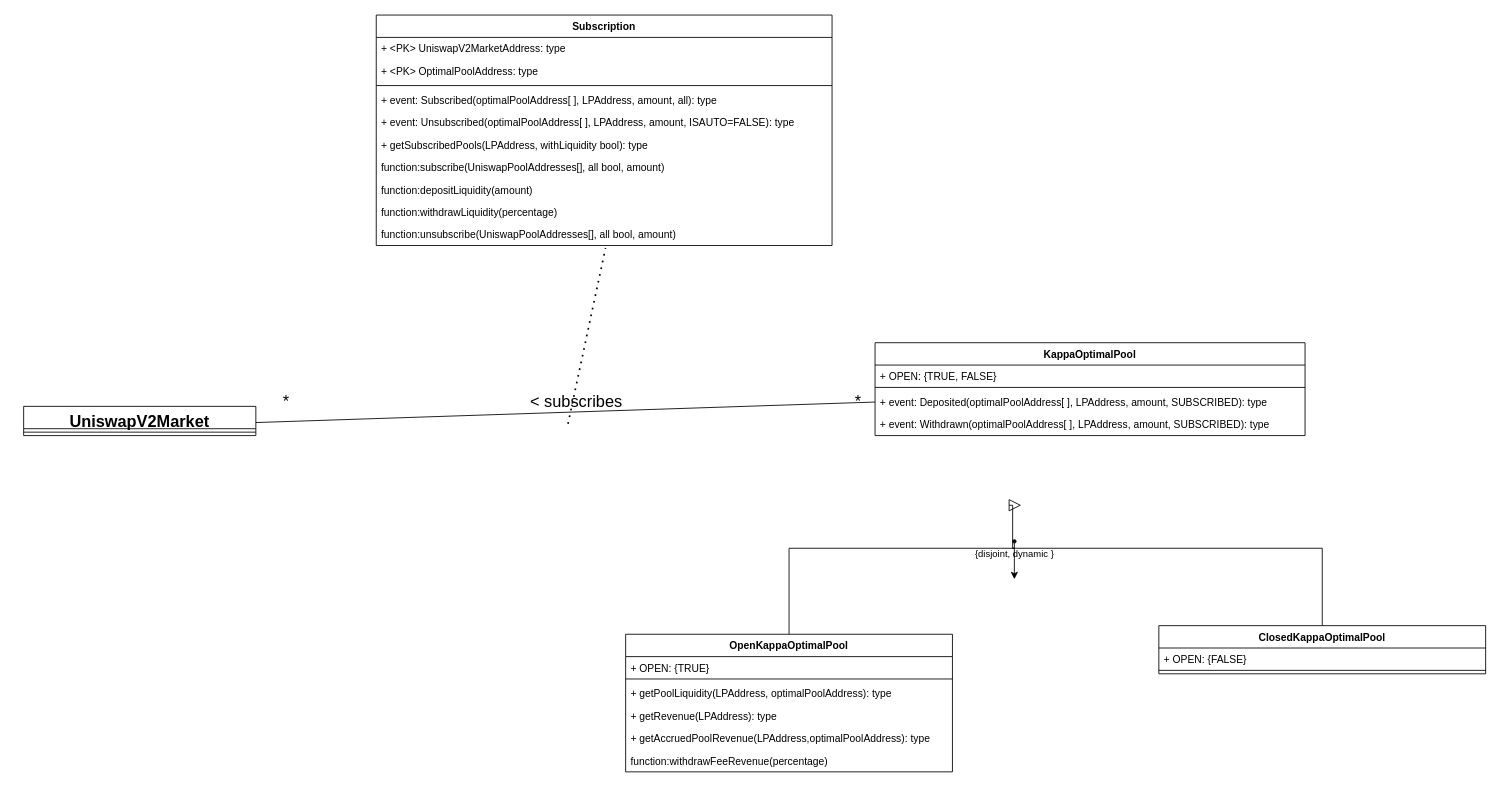
This is docs/functionalSemantics/diagrams/entityRelationshipDiagrams/liquidityManagement.drawio from JMSBPP/Kappa-AMM-Adaptive-CFMM-with-Oracle-Based-Curvature-Adjustment, a draw.io file, before an edit. Source tidied: cells renumbered, new cells numbered last; positions are measured from the earlier drawing's top-left corner, leaving out a move shared by most shapes. Both pictures are drawn from the tidied source at 86%, with x=0, y=0 at pixel (23, 15).
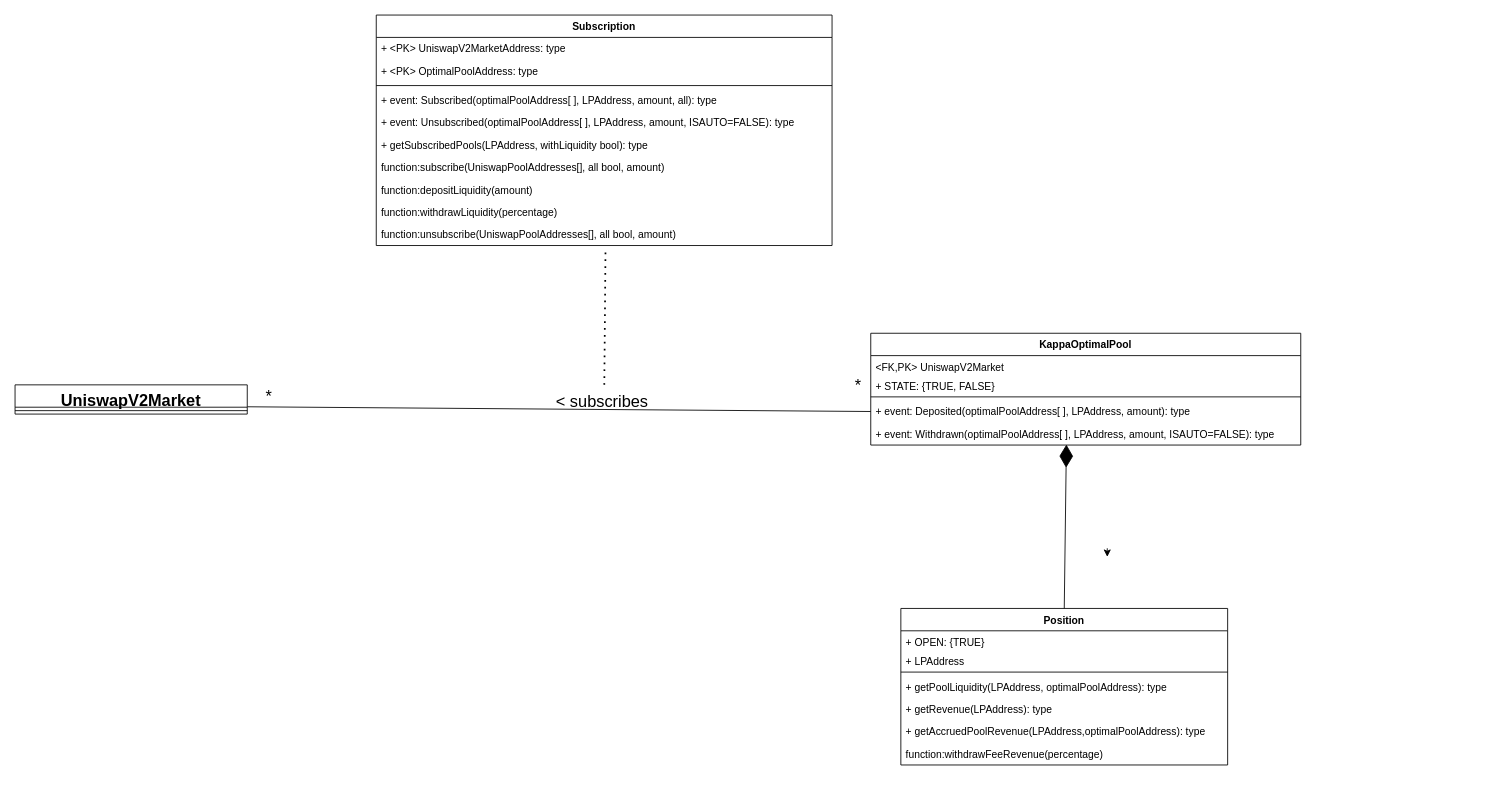
The same diagram, later.

Unchanged cells that the change refers to:
```xml
<mxCell id="17" value="function:unsubscribe(UniswapPoolAddresses[], all bool, amount)" style="text;strokeColor=none;fillColor=none;align=left;verticalAlign=top;spacingLeft=4;spacingRight=4;overflow=hidden;points=[[0,0.5],[1,0.5]];portConstraint=eastwest;" parent="7" vertex="1">
  <mxGeometry y="242" width="530" height="26" as="geometry" />
</mxCell>
```

Diff of the diagram source:
```diff
@@
     <mxCell id="2" value="KappaOptimalPool" style="swimlane;fontStyle=1;align=center;verticalAlign=top;horizontal=1;startSize=26;" parent="1" vertex="1">
-      <mxGeometry x="990" y="381" width="500" height="108" as="geometry" />
+      <mxGeometry x="985" y="370" width="500" height="130" as="geometry" />
     </mxCell>
-    <mxCell id="3" value="+ OPEN: {TRUE, FALSE}" style="text;strokeColor=none;fillColor=none;align=left;verticalAlign=top;spacingLeft=4;spacingRight=4;overflow=hidden;" parent="2" vertex="1">
+    <mxCell id="3" value="&lt;FK,PK&gt; UniswapV2Market" style="text;strokeColor=none;fillColor=none;align=left;verticalAlign=top;spacingLeft=4;spacingRight=4;overflow=hidden;" parent="2" vertex="1">
       <mxGeometry y="26" width="500" height="22" as="geometry" />
     </mxCell>
+    <mxCell id="40" value="+ STATE: {TRUE, FALSE}" style="text;strokeColor=none;fillColor=none;align=left;verticalAlign=top;spacingLeft=4;spacingRight=4;overflow=hidden;" parent="2" vertex="1">
+      <mxGeometry y="48" width="500" height="22" as="geometry" />
+    </mxCell>
     <mxCell id="4" style="line;strokeWidth=1;fillColor=none;align=left;verticalAlign=middle;spacingTop=-1;spacingLeft=3;spacingRight=3;labelPosition=right;strokeColor=inherit;" parent="2" vertex="1">
-      <mxGeometry y="48" width="500" height="8" as="geometry" />
+      <mxGeometry y="70" width="500" height="8" as="geometry" />
     </mxCell>
-    <mxCell id="5" value="+ event: Deposited(optimalPoolAddress[ ], LPAddress, amount, SUBSCRIBED): type" style="text;strokeColor=none;fillColor=none;align=left;verticalAlign=top;spacingLeft=4;spacingRight=4;overflow=hidden;points=[[0,0.5],[1,0.5]];portConstraint=eastwest;" parent="2" vertex="1">
-      <mxGeometry y="56" width="500" height="26" as="geometry" />
+    <mxCell id="5" value="+ event: Deposited(optimalPoolAddress[ ], LPAddress, amount): type" style="text;strokeColor=none;fillColor=none;align=left;verticalAlign=top;spacingLeft=4;spacingRight=4;overflow=hidden;points=[[0,0.5],[1,0.5]];portConstraint=eastwest;" parent="2" vertex="1">
+      <mxGeometry y="78" width="500" height="26" as="geometry" />
     </mxCell>
-    <mxCell id="6" value="+ event: Withdrawn(optimalPoolAddress[ ], LPAddress, amount, SUBSCRIBED): type" style="text;strokeColor=none;fillColor=none;align=left;verticalAlign=top;spacingLeft=4;spacingRight=4;overflow=hidden;points=[[0,0.5],[1,0.5]];portConstraint=eastwest;" parent="2" vertex="1">
-      <mxGeometry y="82" width="500" height="26" as="geometry" />
+    <mxCell id="6" value="+ event: Withdrawn(optimalPoolAddress[ ], LPAddress, amount, ISAUTO=FALSE): type" style="text;strokeColor=none;fillColor=none;align=left;verticalAlign=top;spacingLeft=4;spacingRight=4;overflow=hidden;points=[[0,0.5],[1,0.5]];portConstraint=eastwest;" parent="2" vertex="1">
+      <mxGeometry y="104" width="500" height="26" as="geometry" />
     </mxCell>
@@
-    <mxCell id="18" style="edgeStyle=none;html=1;fontSize=19;" parent="1" edge="1" source="19">
+    <mxCell id="18" style="edgeStyle=none;html=1;fontSize=19;" parent="1" edge="1">
       <mxGeometry relative="1" as="geometry">
-        <mxPoint x="1152" y="656" as="targetPoint" />
+        <mxPoint x="1260" y="620" as="sourcePoint" />
+        <mxPoint x="1260" y="630" as="targetPoint" />
       </mxGeometry>
     </mxCell>
-    <mxCell id="19" value="{disjoint, dynamic }" style="ellipse;html=1;fillColor=strokeColor;labelPosition=center;align=center;fontFamily=Helvetica;fontSize=11;fontColor=default;verticalAlign=top;verticalLabelPosition=bottom;" parent="1" vertex="1">
-      <mxGeometry x="1150" y="610" width="4" height="4" as="geometry" />
-    </mxCell>
-    <mxCell id="20" style="edgeStyle=elbowEdgeStyle;html=1;endSize=12;endArrow=block;endFill=0;elbow=horizontal;rounded=0;labelBackgroundColor=default;fontFamily=Helvetica;fontSize=11;fontColor=default;shape=connector;" parent="1" edge="1">
-      <mxGeometry x="1" relative="1" as="geometry">
-        <mxPoint x="1152" y="620" as="sourcePoint" />
-        <mxPoint x="1160" y="570" as="targetPoint" />
-        <Array as="points">
-          <mxPoint x="1150" y="610" />
-        </Array>
-      </mxGeometry>
-    </mxCell>
-    <mxCell id="21" style="edgeStyle=elbowEdgeStyle;html=1;elbow=vertical;verticalAlign=bottom;endArrow=none;rounded=0;labelBackgroundColor=default;fontFamily=Helvetica;fontSize=11;fontColor=default;startSize=14;shape=connector;entryX=0.5;entryY=0;entryDx=0;entryDy=0;" parent="1" edge="1" target="30">
-      <mxGeometry x="1" relative="1" as="geometry">
-        <mxPoint x="1150" y="620" as="sourcePoint" />
-        <Array as="points">
-          <mxPoint x="1330" y="620" />
-          <mxPoint x="940" y="650" />
-          <mxPoint x="790" y="645" />
-        </Array>
-      </mxGeometry>
-    </mxCell>
-    <mxCell id="22" style="edgeStyle=elbowEdgeStyle;html=1;elbow=vertical;verticalAlign=bottom;endArrow=none;rounded=0;labelBackgroundColor=default;fontFamily=Helvetica;fontSize=11;fontColor=default;startSize=14;shape=connector;entryX=0.5;entryY=0;entryDx=0;entryDy=0;" parent="1" edge="1" target="23">
-      <mxGeometry x="1" relative="1" as="geometry">
-        <mxPoint x="1152" y="620" as="sourcePoint" />
-        <Array as="points">
-          <mxPoint x="1130" y="620" />
-          <mxPoint x="980" y="680" />
-          <mxPoint x="930" y="650" />
-          <mxPoint x="710" y="645" />
-        </Array>
-      </mxGeometry>
-    </mxCell>
-    <mxCell id="23" value="OpenKappaOptimalPool" style="swimlane;fontStyle=1;align=center;verticalAlign=top;horizontal=1;startSize=26;" parent="1" vertex="1">
-      <mxGeometry x="700" y="720" width="380" height="160" as="geometry" />
+    <mxCell id="23" value="Position" style="swimlane;fontStyle=1;align=center;verticalAlign=top;horizontal=1;startSize=26;" parent="1" vertex="1">
+      <mxGeometry x="1020" y="690" width="380" height="182" as="geometry" />
     </mxCell>
@@
+    <mxCell id="41" value="+ LPAddress" style="text;strokeColor=none;fillColor=none;align=left;verticalAlign=top;spacingLeft=4;spacingRight=4;overflow=hidden;" parent="23" vertex="1">
+      <mxGeometry y="48" width="380" height="22" as="geometry" />
+    </mxCell>
     <mxCell id="25" style="line;strokeWidth=1;fillColor=none;align=left;verticalAlign=middle;spacingTop=-1;spacingLeft=3;spacingRight=3;labelPosition=right;strokeColor=inherit;" parent="23" vertex="1">
-      <mxGeometry y="48" width="380" height="8" as="geometry" />
+      <mxGeometry y="70" width="380" height="8" as="geometry" />
     </mxCell>
     <mxCell id="26" value="+ getPoolLiquidity(LPAddress, optimalPoolAddress): type" style="text;strokeColor=none;fillColor=none;align=left;verticalAlign=top;spacingLeft=4;spacingRight=4;overflow=hidden;" parent="23" vertex="1">
-      <mxGeometry y="56" width="380" height="26" as="geometry" />
+      <mxGeometry y="78" width="380" height="26" as="geometry" />
     </mxCell>
     <mxCell id="27" value="+ getRevenue(LPAddress): type" style="text;strokeColor=none;fillColor=none;align=left;verticalAlign=top;spacingLeft=4;spacingRight=4;overflow=hidden;" parent="23" vertex="1">
-      <mxGeometry y="82" width="380" height="26" as="geometry" />
+      <mxGeometry y="104" width="380" height="26" as="geometry" />
     </mxCell>
     <mxCell id="28" value="+ getAccruedPoolRevenue(LPAddress,optimalPoolAddress): type" style="text;strokeColor=none;fillColor=none;align=left;verticalAlign=top;spacingLeft=4;spacingRight=4;overflow=hidden;" parent="23" vertex="1">
-      <mxGeometry y="108" width="380" height="26" as="geometry" />
+      <mxGeometry y="130" width="380" height="26" as="geometry" />
     </mxCell>
     <mxCell id="29" value="function:withdrawFeeRevenue(percentage)" style="text;strokeColor=none;fillColor=none;align=left;verticalAlign=top;spacingLeft=4;spacingRight=4;overflow=hidden;" parent="23" vertex="1">
-      <mxGeometry y="134" width="380" height="26" as="geometry" />
+      <mxGeometry y="156" width="380" height="26" as="geometry" />
     </mxCell>
-    <mxCell id="30" value="ClosedKappaOptimalPool" style="swimlane;fontStyle=1;align=center;verticalAlign=top;horizontal=1;startSize=26;" parent="1" vertex="1">
-      <mxGeometry x="1320" y="710" width="380" height="56" as="geometry" />
-    </mxCell>
-    <mxCell id="31" value="+ OPEN: {FALSE}" style="text;strokeColor=none;fillColor=none;align=left;verticalAlign=top;spacingLeft=4;spacingRight=4;overflow=hidden;" parent="30" vertex="1">
-      <mxGeometry y="26" width="380" height="22" as="geometry" />
-    </mxCell>
-    <mxCell id="32" style="line;strokeWidth=1;fillColor=none;align=left;verticalAlign=middle;spacingTop=-1;spacingLeft=3;spacingRight=3;labelPosition=right;strokeColor=inherit;" parent="30" vertex="1">
-      <mxGeometry y="48" width="380" height="8" as="geometry" />
-    </mxCell>
-    <mxCell id="33" style="endArrow=none;html=1;fontSize=19;entryX=0;entryY=0.5;entryDx=0;entryDy=0;exitX=0.993;exitY=1.074;exitDx=0;exitDy=0;exitPerimeter=0;" parent="1" edge="1" target="5">
-      <mxGeometry relative="1" as="geometry">
-        <mxPoint x="268.1" y="473.9" as="sourcePoint" />
-      </mxGeometry>
+    <mxCell id="33" style="endArrow=none;html=1;fontSize=19;entryX=0;entryY=0.5;entryDx=0;entryDy=0;exitX=1;exitY=0.75;exitDx=0;exitDy=0;" parent="1" edge="1" source="37" target="5">
+      <mxGeometry relative="1" as="geometry" />
     </mxCell>
     <mxCell id="34" value="&amp;lt; subscribes&amp;nbsp;" style="text;html=1;align=center;verticalAlign=middle;points=[];strokeColor=none;fillColor=none;fontSize=19;" parent="1" vertex="1">
-      <mxGeometry x="575" y="430" width="140" height="40" as="geometry" />
+      <mxGeometry x="605" y="430" width="140" height="40" as="geometry" />
     </mxCell>
     <mxCell id="35" value="*" style="text;html=1;align=center;verticalAlign=middle;strokeColor=none;fillColor=none;fontSize=19;" parent="1" vertex="1">
-      <mxGeometry x="290" y="430" width="30" height="40" as="geometry" />
+      <mxGeometry x="270" y="424" width="30" height="40" as="geometry" />
     </mxCell>
     <mxCell id="36" value="*" style="text;html=1;align=center;verticalAlign=middle;strokeColor=none;fillColor=none;fontSize=19;" parent="1" vertex="1">
-      <mxGeometry x="955" y="430" width="30" height="40" as="geometry" />
+      <mxGeometry x="955" y="412" width="30" height="40" as="geometry" />
     </mxCell>
     <mxCell id="37" value="UniswapV2Market" style="swimlane;fontStyle=1;align=center;verticalAlign=top;horizontal=1;startSize=26;fontSize=19;" parent="1" vertex="1">
-      <mxGeometry y="455" width="270" height="34" as="geometry" />
+      <mxGeometry x="-10" y="430" width="270" height="34" as="geometry" />
     </mxCell>
@@
-    <mxCell id="39" style="endArrow=none;dashed=1;html=1;dashPattern=1 3;strokeWidth=2;fontSize=19;entryX=0.503;entryY=1.111;entryDx=0;entryDy=0;entryPerimeter=0;exitX=0.414;exitY=1.132;exitDx=0;exitDy=0;exitPerimeter=0;" parent="1" edge="1" source="34" target="17">
+    <mxCell id="39" style="endArrow=none;dashed=1;html=1;dashPattern=1 3;strokeWidth=2;fontSize=19;entryX=0.503;entryY=1.111;entryDx=0;entryDy=0;entryPerimeter=0;" parent="1" edge="1" source="34" target="17">
       <mxGeometry relative="1" as="geometry" />
     </mxCell>
+    <mxCell id="42" style="endArrow=diamondThin;endFill=1;endSize=24;html=1;entryX=0.455;entryY=0.978;entryDx=0;entryDy=0;entryPerimeter=0;exitX=0.5;exitY=0;exitDx=0;exitDy=0;" parent="1" edge="1" source="23" target="6">
+      <mxGeometry relative="1" as="geometry" />
+    </mxCell>
```
